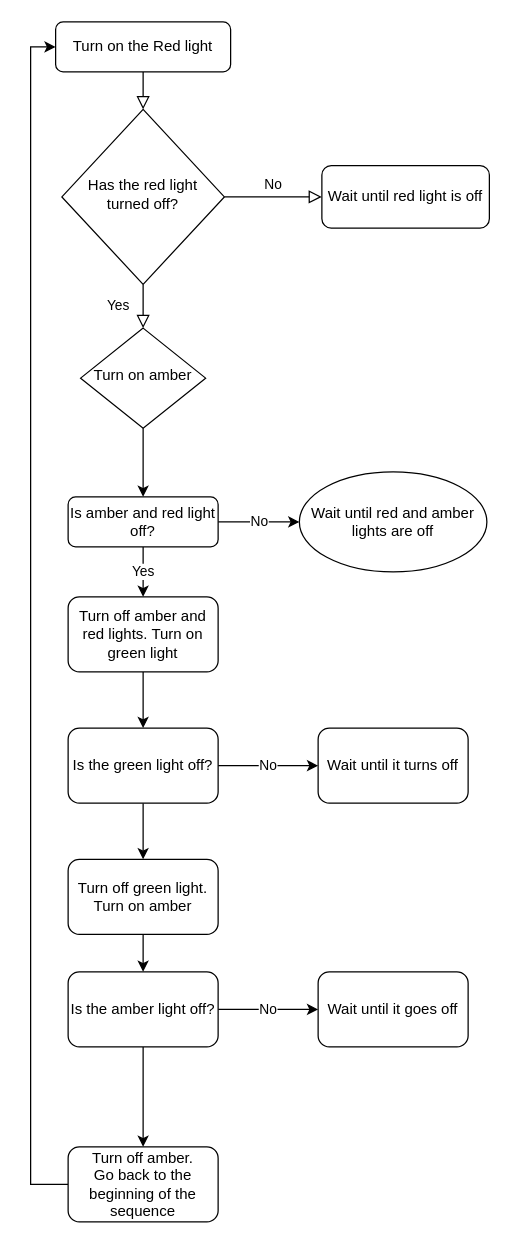
DanilBV04/CI514---Embedded-Systems keeps this draw.io diagram as FourPhaseTrafficLightAssembly.drawio. Above is the earlier version. Source tidied: cells renumbered, new cells numbered last; positions are measured from the earlier drawing's top-left corner, leaving out a move shared by most shapes. Both pictures are drawn from the tidied source at 125%, with x=0, y=0 at pixel (30, 21).
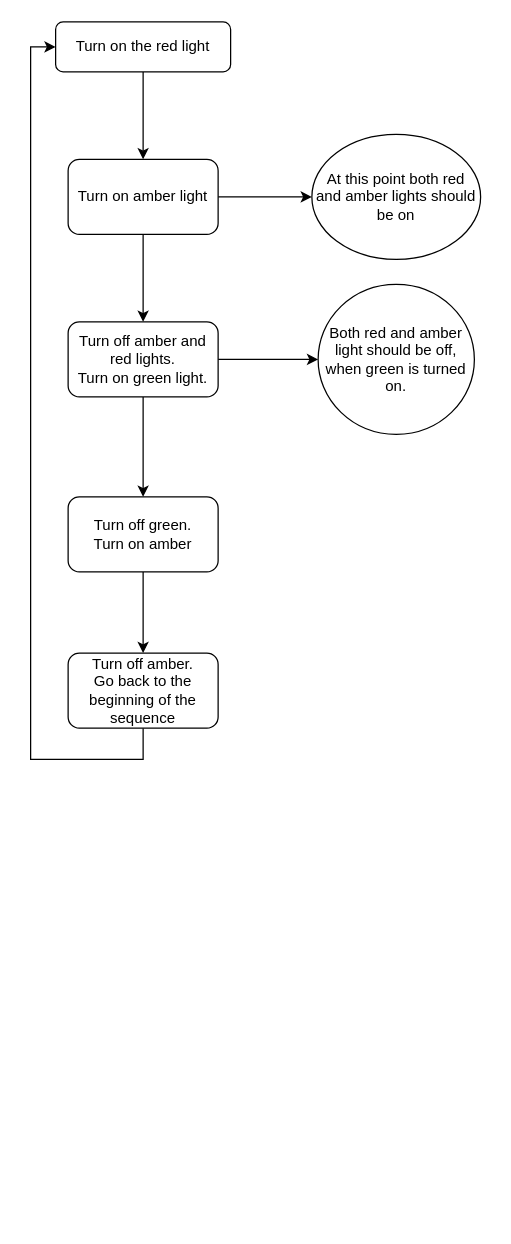
After the change.

The edit, as a diff of the source:
```diff
@@
-    <mxCell id="2" style="rounded=0;html=1;jettySize=auto;fontSize=11;endArrow=block;endFill=0;endSize=8;strokeWidth=1;shadow=0;labelBackgroundColor=none;edgeStyle=orthogonalEdgeStyle;" parent="1" edge="1" source="3" target="6">
-      <mxGeometry relative="1" as="geometry" />
-    </mxCell>
+    <mxCell id="28" style="edgeStyle=orthogonalEdgeStyle;rounded=0;jettySize=auto;html=1;" parent="1" edge="1" source="3" target="31">
+      <mxGeometry relative="1" as="geometry" />
+    </mxCell>
-    <mxCell id="3" value="Turn on the Red light" style="rounded=1;whiteSpace=wrap;html=1;fontSize=12;glass=0;strokeWidth=1;shadow=0;" parent="1" vertex="1">
+    <mxCell id="3" value="Turn on the red light" style="rounded=1;whiteSpace=wrap;html=1;fontSize=12;glass=0;strokeWidth=1;shadow=0;" parent="1" vertex="1">
       <mxGeometry x="20" width="140" height="40" as="geometry" />
     </mxCell>
-    <mxCell id="4" value="Yes" style="rounded=0;html=1;jettySize=auto;fontSize=11;endArrow=block;endFill=0;endSize=8;strokeWidth=1;shadow=0;labelBackgroundColor=none;edgeStyle=orthogonalEdgeStyle;" parent="1" edge="1" source="6" target="9">
-      <mxGeometry y="20" relative="1" as="geometry" />
-    </mxCell>
-    <mxCell id="5" value="No" style="edgeStyle=orthogonalEdgeStyle;rounded=0;html=1;jettySize=auto;fontSize=11;endArrow=block;endFill=0;endSize=8;strokeWidth=1;shadow=0;labelBackgroundColor=none;" parent="1" edge="1" source="6" target="7">
-      <mxGeometry y="10" relative="1" as="geometry" />
-    </mxCell>
-    <mxCell id="6" value="Has the red light turned off?" style="rhombus;whiteSpace=wrap;html=1;shadow=0;fontFamily=Helvetica;fontSize=12;align=center;strokeWidth=1;spacing=6;spacingTop=-4;" parent="1" vertex="1">
-      <mxGeometry x="25" y="70" width="130" height="140" as="geometry" />
-    </mxCell>
-    <mxCell id="7" value="Wait until red light is off" style="rounded=1;whiteSpace=wrap;html=1;fontSize=12;glass=0;strokeWidth=1;shadow=0;" parent="1" vertex="1">
-      <mxGeometry x="233" y="115" width="134" height="50" as="geometry" />
-    </mxCell>
-    <mxCell id="8" style="edgeStyle=orthogonalEdgeStyle;rounded=0;jettySize=auto;html=1;entryX=0.5;entryY=0;entryDx=0;entryDy=0;" parent="1" edge="1" source="9" target="12">
-      <mxGeometry relative="1" as="geometry" />
-    </mxCell>
-    <mxCell id="9" value="Turn on amber" style="rhombus;whiteSpace=wrap;html=1;shadow=0;fontFamily=Helvetica;fontSize=12;align=center;strokeWidth=1;spacing=6;spacingTop=-4;" parent="1" vertex="1">
-      <mxGeometry x="40" y="245" width="100" height="80" as="geometry" />
-    </mxCell>
-    <mxCell id="10" value="&lt;div style=&quot;line-height: 1.2;&quot; align=&quot;center&quot;&gt;No&lt;/div&gt;" style="edgeStyle=orthogonalEdgeStyle;rounded=0;jettySize=auto;html=1;align=center;" parent="1" edge="1" source="12" target="13">
-      <mxGeometry relative="1" as="geometry" />
-    </mxCell>
-    <mxCell id="11" value="Yes" style="edgeStyle=orthogonalEdgeStyle;rounded=0;jettySize=auto;html=1;" parent="1" edge="1" source="12" target="15">
-      <mxGeometry relative="1" as="geometry" />
-    </mxCell>
-    <mxCell id="12" value="Is amber and red light off?" style="rounded=1;whiteSpace=wrap;html=1;fontSize=12;glass=0;strokeWidth=1;shadow=0;" parent="1" vertex="1">
-      <mxGeometry x="30" y="380" width="120" height="40" as="geometry" />
-    </mxCell>
-    <mxCell id="13" value="Wait until red and amber lights are off" style="ellipse;whiteSpace=wrap;html=1;rounded=1;glass=0;strokeWidth=1;shadow=0;" parent="1" vertex="1">
-      <mxGeometry x="215" y="360" width="150" height="80" as="geometry" />
-    </mxCell>
-    <mxCell id="14" style="edgeStyle=orthogonalEdgeStyle;rounded=0;jettySize=auto;html=1;" parent="1" edge="1" source="15" target="18">
-      <mxGeometry relative="1" as="geometry" />
-    </mxCell>
-    <mxCell id="15" value="Turn off amber and red lights. Turn on green light" style="whiteSpace=wrap;html=1;rounded=1;glass=0;strokeWidth=1;shadow=0;" parent="1" vertex="1">
-      <mxGeometry x="30" y="460" width="120" height="60" as="geometry" />
-    </mxCell>
-    <mxCell id="16" value="No" style="edgeStyle=orthogonalEdgeStyle;rounded=0;jettySize=auto;html=1;" parent="1" edge="1" source="18" target="19">
-      <mxGeometry relative="1" as="geometry" />
-    </mxCell>
-    <mxCell id="17" style="edgeStyle=orthogonalEdgeStyle;rounded=0;jettySize=auto;html=1;" parent="1" edge="1" source="18" target="21">
-      <mxGeometry relative="1" as="geometry" />
-    </mxCell>
-    <mxCell id="18" value="Is the green light off?" style="whiteSpace=wrap;html=1;rounded=1;glass=0;strokeWidth=1;shadow=0;" parent="1" vertex="1">
-      <mxGeometry x="30" y="565" width="120" height="60" as="geometry" />
-    </mxCell>
-    <mxCell id="19" value="Wait until it turns off" style="whiteSpace=wrap;html=1;rounded=1;glass=0;strokeWidth=1;shadow=0;" parent="1" vertex="1">
-      <mxGeometry x="230" y="565" width="120" height="60" as="geometry" />
-    </mxCell>
-    <mxCell id="20" style="edgeStyle=orthogonalEdgeStyle;rounded=0;jettySize=auto;html=1;" parent="1" edge="1" source="21" target="24">
-      <mxGeometry relative="1" as="geometry" />
-    </mxCell>
-    <mxCell id="21" value="&lt;div&gt;Turn off green light. &lt;br&gt;&lt;/div&gt;&lt;div&gt;Turn on amber&lt;br&gt;&lt;/div&gt;" style="whiteSpace=wrap;html=1;rounded=1;glass=0;strokeWidth=1;shadow=0;" parent="1" vertex="1">
-      <mxGeometry x="30" y="670" width="120" height="60" as="geometry" />
-    </mxCell>
-    <mxCell id="22" value="No" style="edgeStyle=orthogonalEdgeStyle;rounded=0;jettySize=auto;html=1;" parent="1" edge="1" source="24" target="25">
-      <mxGeometry relative="1" as="geometry" />
-    </mxCell>
-    <mxCell id="23" style="edgeStyle=orthogonalEdgeStyle;rounded=0;jettySize=auto;html=1;" parent="1" edge="1" source="24" target="27">
-      <mxGeometry relative="1" as="geometry" />
-    </mxCell>
-    <mxCell id="24" value="Is the amber light off?" style="whiteSpace=wrap;html=1;rounded=1;glass=0;strokeWidth=1;shadow=0;" parent="1" vertex="1">
-      <mxGeometry x="30" y="760" width="120" height="60" as="geometry" />
-    </mxCell>
-    <mxCell id="25" value="Wait until it goes off" style="whiteSpace=wrap;html=1;rounded=1;glass=0;strokeWidth=1;shadow=0;" parent="1" vertex="1">
-      <mxGeometry x="230" y="760" width="120" height="60" as="geometry" />
-    </mxCell>
     <mxCell id="26" style="edgeStyle=orthogonalEdgeStyle;rounded=0;jettySize=auto;html=1;entryX=0;entryY=0.5;entryDx=0;entryDy=0;" parent="1" edge="1" source="27" target="3">
       <mxGeometry relative="1" as="geometry">
         <Array as="points">
-          <mxPoint y="930" />
+          <mxPoint x="90" y="590" />
+          <mxPoint y="590" />
           <mxPoint y="20" />
         </Array>
       </mxGeometry>
     </mxCell>
     <mxCell id="27" value="&lt;div&gt;Turn off amber. &lt;br&gt;&lt;/div&gt;&lt;div&gt;Go back to the beginning of the sequence&lt;br&gt;&lt;/div&gt;" style="whiteSpace=wrap;html=1;rounded=1;glass=0;strokeWidth=1;shadow=0;" parent="1" vertex="1">
-      <mxGeometry x="30" y="900" width="120" height="60" as="geometry" />
+      <mxGeometry x="30" y="505" width="120" height="60" as="geometry" />
     </mxCell>
+    <mxCell id="29" style="edgeStyle=orthogonalEdgeStyle;rounded=0;jettySize=auto;html=1;" parent="1" edge="1" source="31" target="34">
+      <mxGeometry relative="1" as="geometry" />
+    </mxCell>
+    <mxCell id="30" style="edgeStyle=orthogonalEdgeStyle;rounded=0;jettySize=auto;html=1;" parent="1" edge="1" source="31" target="35">
+      <mxGeometry relative="1" as="geometry" />
+    </mxCell>
+    <mxCell id="31" value="Turn on amber light" style="whiteSpace=wrap;html=1;rounded=1;glass=0;strokeWidth=1;shadow=0;" parent="1" vertex="1">
+      <mxGeometry x="30" y="110" width="120" height="60" as="geometry" />
+    </mxCell>
+    <mxCell id="32" style="edgeStyle=orthogonalEdgeStyle;rounded=0;jettySize=auto;html=1;" parent="1" edge="1" source="34" target="37">
+      <mxGeometry relative="1" as="geometry" />
+    </mxCell>
+    <mxCell id="33" style="edgeStyle=orthogonalEdgeStyle;rounded=0;jettySize=auto;html=1;" parent="1" edge="1" source="34" target="38">
+      <mxGeometry relative="1" as="geometry" />
+    </mxCell>
+    <mxCell id="34" value="&lt;div&gt;Turn off amber and red lights.&lt;/div&gt;&lt;div&gt;Turn on green light.&lt;br&gt;&lt;/div&gt;" style="whiteSpace=wrap;html=1;rounded=1;glass=0;strokeWidth=1;shadow=0;" parent="1" vertex="1">
+      <mxGeometry x="30" y="240" width="120" height="60" as="geometry" />
+    </mxCell>
+    <mxCell id="35" value="At this point both red and amber lights should be on" style="ellipse;whiteSpace=wrap;html=1;rounded=1;glass=0;strokeWidth=1;shadow=0;" parent="1" vertex="1">
+      <mxGeometry x="225" y="90" width="135" height="100" as="geometry" />
+    </mxCell>
+    <mxCell id="36" style="edgeStyle=orthogonalEdgeStyle;rounded=0;jettySize=auto;html=1;entryX=0.5;entryY=0;entryDx=0;entryDy=0;" parent="1" edge="1" source="37" target="27">
+      <mxGeometry relative="1" as="geometry" />
+    </mxCell>
+    <mxCell id="37" value="&lt;div&gt;Turn off green.&lt;/div&gt;&lt;div&gt;Turn on amber&lt;br&gt;&lt;/div&gt;" style="whiteSpace=wrap;html=1;rounded=1;glass=0;strokeWidth=1;shadow=0;" parent="1" vertex="1">
+      <mxGeometry x="30" y="380" width="120" height="60" as="geometry" />
+    </mxCell>
+    <mxCell id="38" value="Both red and amber light should be off, when green is turned on." style="ellipse;whiteSpace=wrap;html=1;rounded=1;glass=0;strokeWidth=1;shadow=0;" parent="1" vertex="1">
+      <mxGeometry x="230" y="210" width="125" height="120" as="geometry" />
+    </mxCell>
```
